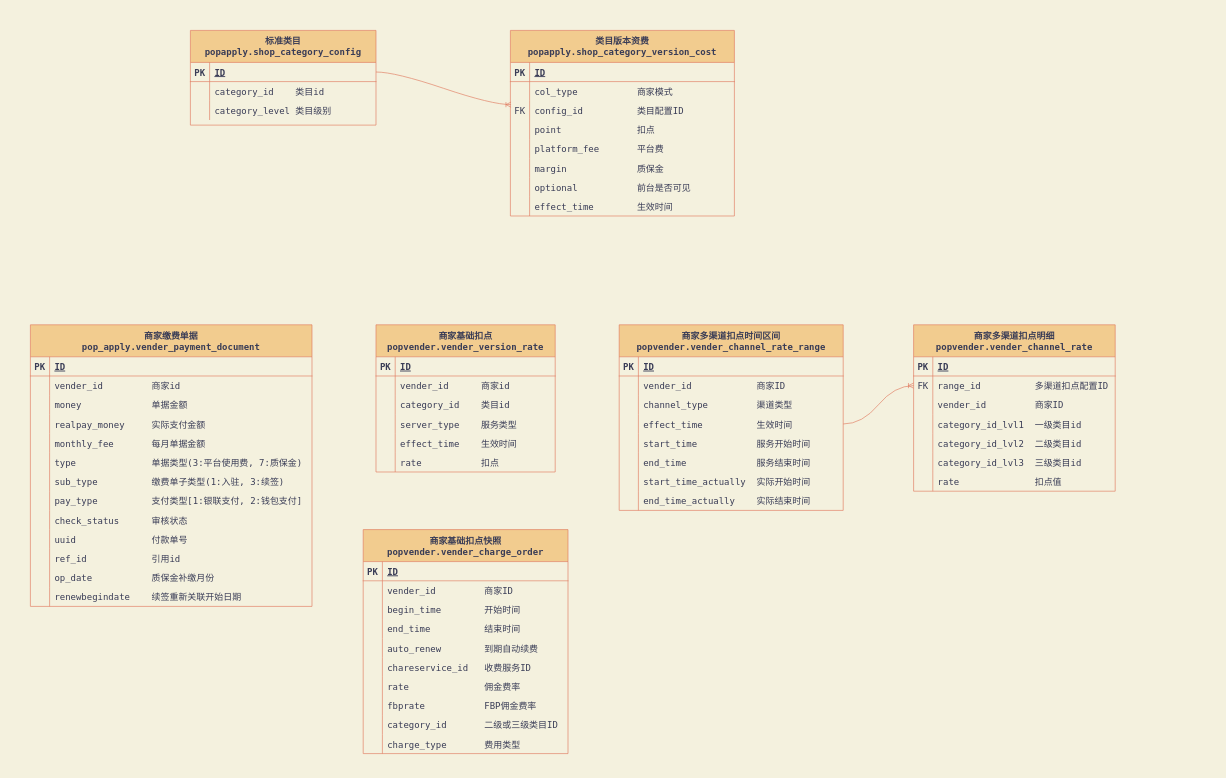
Above: page "旧资费" (1 of 2) of 资费ER图.drawio in RubberBoy/some (draw.io), before the change. Source tidied: cells renumbered, new cells numbered last; positions are measured from the earlier drawing's top-left corner, leaving out a move shared by most shapes. Both pictures are drawn from the tidied source at 64%, with x=0, y=0 at pixel (30, 30).
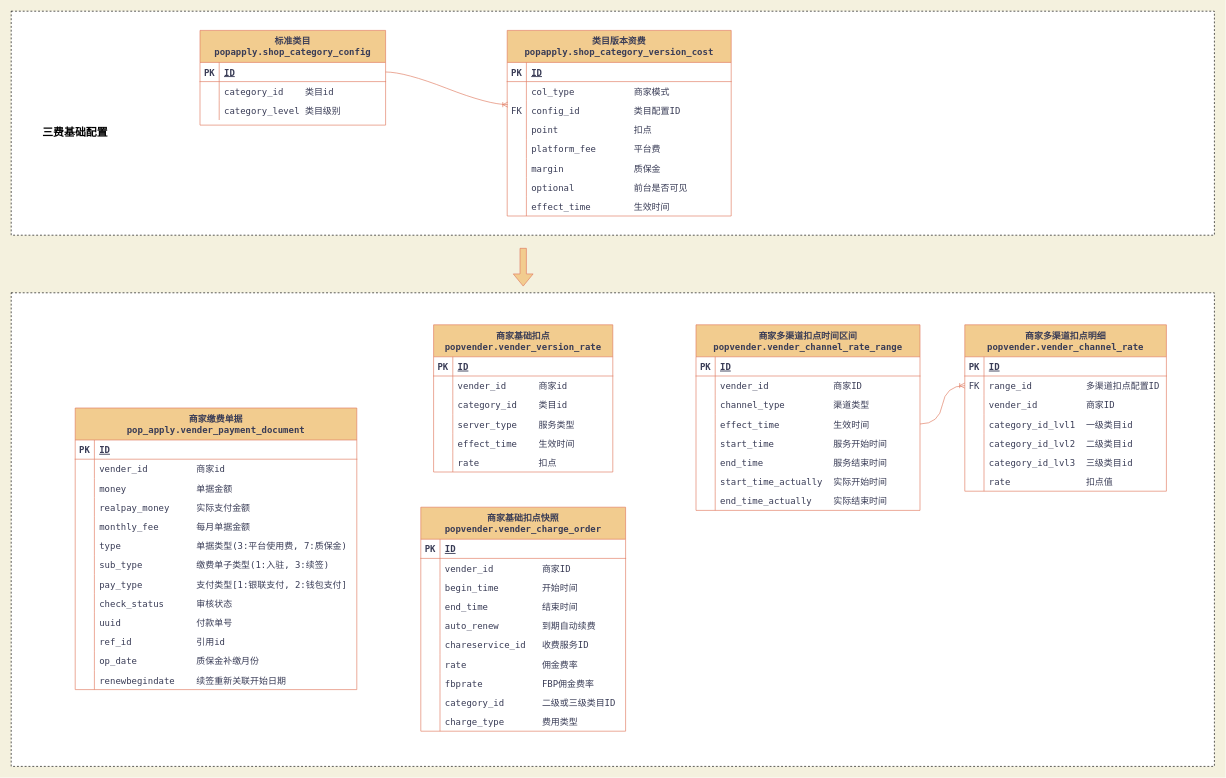
After the change.

Commit message:
更新资费ER图.drawio

Change to the diagram source:
```diff
@@
+    <mxCell id="176" style="rounded=0;whiteSpace=wrap;html=1;shadow=0;glass=0;dashed=1;sketch=0;fontFamily=Menlo;fontSize=17;" parent="1" vertex="1">
+      <mxGeometry x="-30" y="410" width="1880" height="740" as="geometry" />
+    </mxCell>
+    <mxCell id="177" style="rounded=0;whiteSpace=wrap;html=1;shadow=0;glass=0;sketch=0;gradientColor=none;dashed=1;" parent="1" vertex="1">
+      <mxGeometry x="-30" y="-30" width="1880" height="350" as="geometry" />
+    </mxCell>
     <mxCell id="2" value="标准类目&#10;popapply.shop_category_config" style="shape=table;startSize=50;childLayout=tableLayout;rowLines=0;fontStyle=1;align=center;fontSize=14;fontFamily=Menlo;fillColor=#F2CC8F;strokeColor=#E07A5F;fontColor=#393C56;" parent="1" vertex="1">
-      <mxGeometry x="250" width="290" height="148" as="geometry" />
+      <mxGeometry x="265" width="290" height="148" as="geometry" />
     </mxCell>
@@
     <mxCell id="12" value="类目版本资费&#10;popapply.shop_category_version_cost" style="shape=table;startSize=50;childLayout=tableLayout;rowLines=0;fontStyle=1;align=center;fontSize=14;fontFamily=Menlo;fillColor=#F2CC8F;strokeColor=#E07A5F;fontColor=#393C56;" parent="1" vertex="1">
-      <mxGeometry x="750" width="350" height="290" as="geometry" />
+      <mxGeometry x="745" width="350" height="290" as="geometry" />
     </mxCell>
@@
     <mxCell id="37" value="商家基础扣点&#10;popvender.vender_version_rate" style="shape=table;startSize=50;childLayout=tableLayout;rowLines=0;fontStyle=1;align=center;fontSize=14;fontFamily=Menlo;fillColor=#F2CC8F;strokeColor=#E07A5F;fontColor=#393C56;" parent="1" vertex="1">
-      <mxGeometry x="540" y="460" width="280" height="230" as="geometry" />
+      <mxGeometry x="630" y="460" width="280" height="230" as="geometry" />
     </mxCell>
@@
     <mxCell id="56" value="商家多渠道扣点时间区间&#10;popvender.vender_channel_rate_range" style="shape=table;startSize=50;childLayout=tableLayout;rowLines=0;fontStyle=1;align=center;fontSize=14;fontFamily=Menlo;fillColor=#F2CC8F;strokeColor=#E07A5F;fontColor=#393C56;" parent="1" vertex="1">
-      <mxGeometry x="920" y="460" width="350" height="290" as="geometry" />
+      <mxGeometry x="1040" y="460" width="350" height="290" as="geometry" />
     </mxCell>
@@
     <mxCell id="81" value="商家多渠道扣点明细&#10;popvender.vender_channel_rate" style="shape=table;startSize=50;childLayout=tableLayout;rowLines=0;fontStyle=1;align=center;fontSize=14;fontFamily=Menlo;fillColor=#F2CC8F;strokeColor=#E07A5F;fontColor=#393C56;" parent="1" vertex="1">
-      <mxGeometry x="1380" y="460" width="315" height="260" as="geometry" />
+      <mxGeometry x="1460" y="460" width="315" height="260" as="geometry" />
     </mxCell>
@@
     <mxCell id="105" value="商家缴费单据&#10;pop_apply.vender_payment_document" style="shape=table;startSize=50;childLayout=tableLayout;rowLines=0;fontStyle=1;align=center;fontFamily=Menlo;fontSize=14;fillColor=#F2CC8F;strokeColor=#E07A5F;fontColor=#393C56;" parent="1" vertex="1">
-      <mxGeometry y="460" width="440" height="440" as="geometry" />
+      <mxGeometry x="70" y="590" width="440" height="440" as="geometry" />
     </mxCell>
@@
     <mxCell id="145" value="商家基础扣点快照&#10;popvender.vender_charge_order" style="shape=table;startSize=50;childLayout=tableLayout;rowLines=0;fontStyle=1;align=center;fontFamily=Menlo;fontSize=14;fillColor=#F2CC8F;strokeColor=#E07A5F;fontColor=#393C56;" parent="1" vertex="1">
-      <mxGeometry x="520" y="780" width="320" height="350" as="geometry" />
+      <mxGeometry x="610" y="745" width="320" height="350" as="geometry" />
     </mxCell>
@@
+    <mxCell id="178" value="&lt;font size=&quot;1&quot; style=&quot;&quot; face=&quot;Menlo&quot;&gt;&lt;b style=&quot;font-size: 17px;&quot;&gt;三费基础配置&lt;/b&gt;&lt;/font&gt;" style="rounded=1;whiteSpace=wrap;html=1;shadow=0;glass=0;dashed=1;sketch=0;strokeColor=none;" parent="1" vertex="1">
+      <mxGeometry x="10" y="130" width="120" height="60" as="geometry" />
+    </mxCell>
+    <mxCell id="179" style="shape=flexArrow;endArrow=classic;html=1;rounded=0;fontFamily=Menlo;fontSize=17;fontColor=#393C56;strokeColor=#E07A5F;fillColor=#F2CC8F;" parent="1" edge="1">
+      <mxGeometry relative="1" as="geometry">
+        <mxPoint x="770" y="340" as="sourcePoint" />
+        <mxPoint x="770" y="400" as="targetPoint" />
+      </mxGeometry>
+    </mxCell>
```
